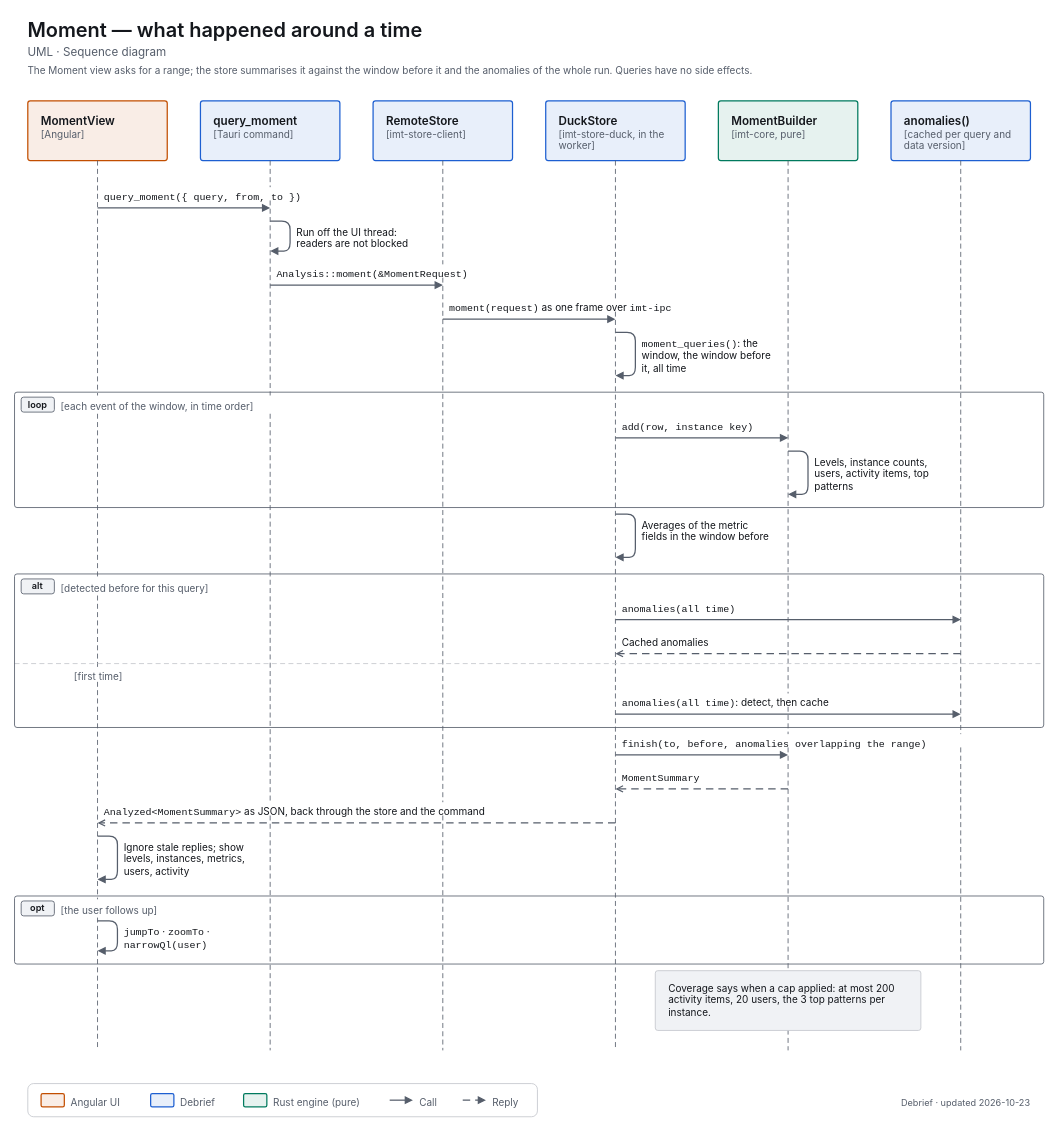
decryp7/integrated_maintenance_tool keeps this draw.io diagram as docs/diagrams/uml-seq-moment.drawio. Above is the earlier version. Source tidied: cells renumbered, new cells numbered last; positions are measured from the earlier drawing's top-left corner, leaving out a move shared by most shapes. Both pictures are drawn from the tidied source at 83%, with x=0, y=0 at pixel (14, 14).
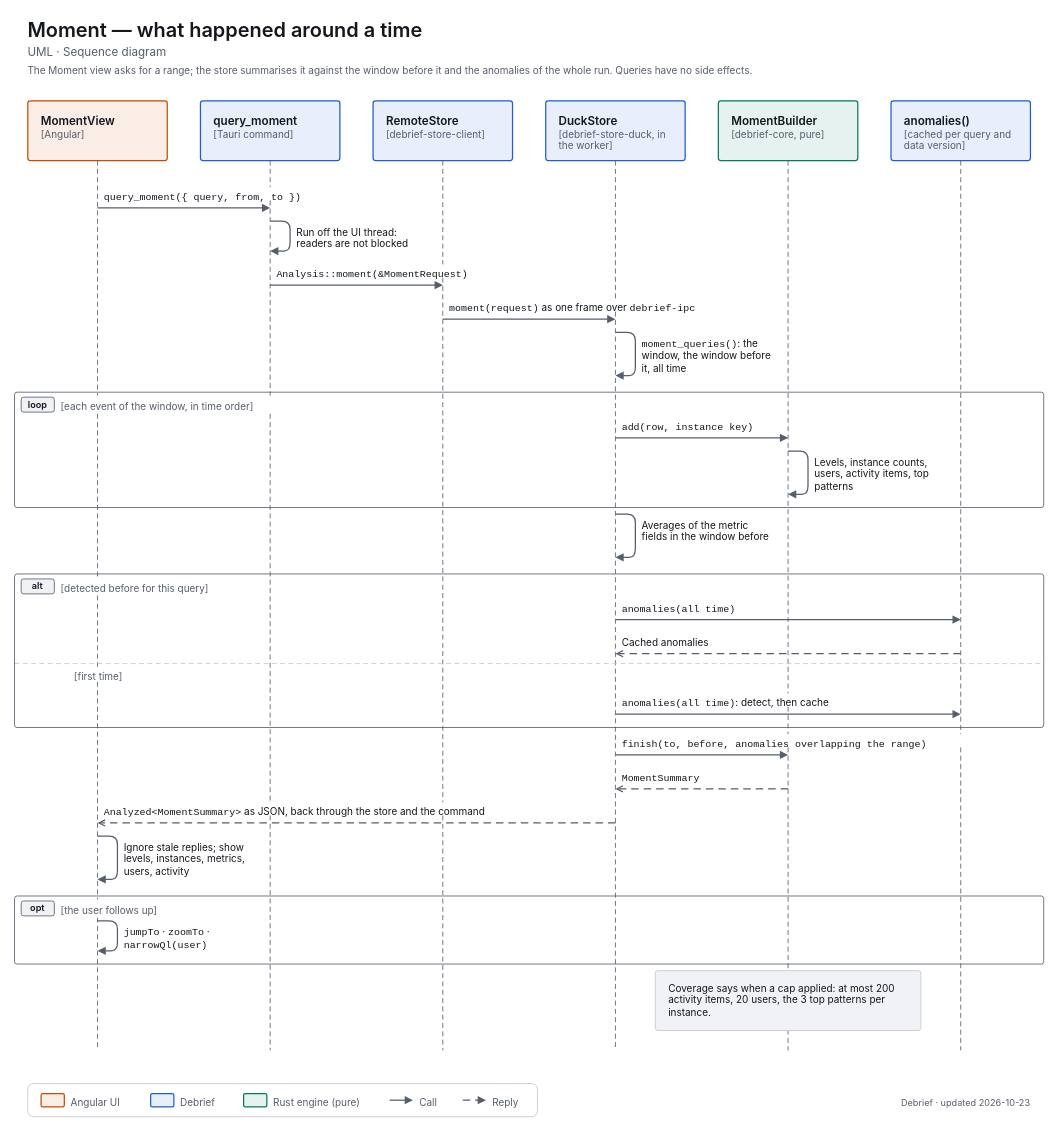
After the change.

Change to the diagram source:
```diff
@@
-    <mxCell id="7" value="&lt;span style=&quot;font-size:14px;font-weight:600&quot;&gt;RemoteStore&lt;/span&gt;&lt;br&gt;&lt;span style=&quot;font-size:12px;color:light-dark(#565E6B,#A0A7B2)&quot;&gt;[imt-store-client]&lt;/span&gt;" style="html=1;whiteSpace=wrap;fontFamily=-apple-system,BlinkMacSystemFont,Segoe UI,system-ui,sans-serif;fontSize=12;fontColor=light-dark(#14171C,#ECEEF1);rounded=1;absoluteArcSize=1;arcSize=6;strokeWidth=1.5;strokeColor=light-dark(#1D5FD1,#5B9BFF);fillColor=light-dark(#E8EFFA,#202C3F);align=left;verticalAlign=top;spacingLeft=14;spacingRight=14;spacingTop=10;spacingBottom=8;" parent="1" vertex="1">
+    <mxCell id="7" value="&lt;span style=&quot;font-size:14px;font-weight:600&quot;&gt;RemoteStore&lt;/span&gt;&lt;br&gt;&lt;span style=&quot;font-size:12px;color:light-dark(#565E6B,#A0A7B2)&quot;&gt;[debrief-store-client]&lt;/span&gt;" style="html=1;whiteSpace=wrap;fontFamily=-apple-system,BlinkMacSystemFont,Segoe UI,system-ui,sans-serif;fontSize=12;fontColor=light-dark(#14171C,#ECEEF1);rounded=1;absoluteArcSize=1;arcSize=6;strokeWidth=1.5;strokeColor=light-dark(#1D5FD1,#5B9BFF);fillColor=light-dark(#E8EFFA,#202C3F);align=left;verticalAlign=top;spacingLeft=14;spacingRight=14;spacingTop=10;spacingBottom=8;" parent="1" vertex="1">
       <mxGeometry x="432" y="104" width="168" height="72" as="geometry" />
     </mxCell>
-    <mxCell id="8" value="&lt;span style=&quot;font-size:14px;font-weight:600&quot;&gt;DuckStore&lt;/span&gt;&lt;br&gt;&lt;span style=&quot;font-size:12px;color:light-dark(#565E6B,#A0A7B2)&quot;&gt;[imt-store-duck, in the worker]&lt;/span&gt;" style="html=1;whiteSpace=wrap;fontFamily=-apple-system,BlinkMacSystemFont,Segoe UI,system-ui,sans-serif;fontSize=12;fontColor=light-dark(#14171C,#ECEEF1);rounded=1;absoluteArcSize=1;arcSize=6;strokeWidth=1.5;strokeColor=light-dark(#1D5FD1,#5B9BFF);fillColor=light-dark(#E8EFFA,#202C3F);align=left;verticalAlign=top;spacingLeft=14;spacingRight=14;spacingTop=10;spacingBottom=8;" parent="1" vertex="1">
+    <mxCell id="8" value="&lt;span style=&quot;font-size:14px;font-weight:600&quot;&gt;DuckStore&lt;/span&gt;&lt;br&gt;&lt;span style=&quot;font-size:12px;color:light-dark(#565E6B,#A0A7B2)&quot;&gt;[debrief-store-duck, in the worker]&lt;/span&gt;" style="html=1;whiteSpace=wrap;fontFamily=-apple-system,BlinkMacSystemFont,Segoe UI,system-ui,sans-serif;fontSize=12;fontColor=light-dark(#14171C,#ECEEF1);rounded=1;absoluteArcSize=1;arcSize=6;strokeWidth=1.5;strokeColor=light-dark(#1D5FD1,#5B9BFF);fillColor=light-dark(#E8EFFA,#202C3F);align=left;verticalAlign=top;spacingLeft=14;spacingRight=14;spacingTop=10;spacingBottom=8;" parent="1" vertex="1">
       <mxGeometry x="640" y="104" width="168" height="72" as="geometry" />
     </mxCell>
-    <mxCell id="9" value="&lt;span style=&quot;font-size:14px;font-weight:600&quot;&gt;MomentBuilder&lt;/span&gt;&lt;br&gt;&lt;span style=&quot;font-size:12px;color:light-dark(#565E6B,#A0A7B2)&quot;&gt;[imt-core, pure]&lt;/span&gt;" style="html=1;whiteSpace=wrap;fontFamily=-apple-system,BlinkMacSystemFont,Segoe UI,system-ui,sans-serif;fontSize=12;fontColor=light-dark(#14171C,#ECEEF1);rounded=1;absoluteArcSize=1;arcSize=6;strokeWidth=1.5;strokeColor=light-dark(#007A5E,#2EC4A0);fillColor=light-dark(#E6F2EF,#193330);align=left;verticalAlign=top;spacingLeft=14;spacingRight=14;spacingTop=10;spacingBottom=8;" parent="1" vertex="1">
+    <mxCell id="9" value="&lt;span style=&quot;font-size:14px;font-weight:600&quot;&gt;MomentBuilder&lt;/span&gt;&lt;br&gt;&lt;span style=&quot;font-size:12px;color:light-dark(#565E6B,#A0A7B2)&quot;&gt;[debrief-core, pure]&lt;/span&gt;" style="html=1;whiteSpace=wrap;fontFamily=-apple-system,BlinkMacSystemFont,Segoe UI,system-ui,sans-serif;fontSize=12;fontColor=light-dark(#14171C,#ECEEF1);rounded=1;absoluteArcSize=1;arcSize=6;strokeWidth=1.5;strokeColor=light-dark(#007A5E,#2EC4A0);fillColor=light-dark(#E6F2EF,#193330);align=left;verticalAlign=top;spacingLeft=14;spacingRight=14;spacingTop=10;spacingBottom=8;" parent="1" vertex="1">
       <mxGeometry x="848" y="104" width="168" height="72" as="geometry" />
     </mxCell>
@@
-    <mxCell id="36" value="&lt;span style=&quot;font-size:12px;font-weight:400&quot;&gt;&lt;span style=&quot;font-family:ui-monospace,SF Mono,Cascadia Mono,Consolas,monospace;white-space:nowrap&quot;&gt;moment(request)&lt;/span&gt; as one frame over &lt;span style=&quot;font-family:ui-monospace,SF Mono,Cascadia Mono,Consolas,monospace;white-space:nowrap&quot;&gt;imt-ipc&lt;/span&gt;&lt;/span&gt;" style="html=1;whiteSpace=wrap;fontFamily=-apple-system,BlinkMacSystemFont,Segoe UI,system-ui,sans-serif;fontSize=12;fontColor=light-dark(#14171C,#ECEEF1);text;strokeColor=none;fillColor=none;align=left;verticalAlign=top;spacing=0;fontColor=light-dark(#14171C,#ECEEF1);" parent="1" vertex="1">
+    <mxCell id="36" value="&lt;span style=&quot;font-size:12px;font-weight:400&quot;&gt;&lt;span style=&quot;font-family:ui-monospace,SF Mono,Cascadia Mono,Consolas,monospace;white-space:nowrap&quot;&gt;moment(request)&lt;/span&gt; as one frame over &lt;span style=&quot;font-family:ui-monospace,SF Mono,Cascadia Mono,Consolas,monospace;white-space:nowrap&quot;&gt;debrief-ipc&lt;/span&gt;&lt;/span&gt;" style="html=1;whiteSpace=wrap;fontFamily=-apple-system,BlinkMacSystemFont,Segoe UI,system-ui,sans-serif;fontSize=12;fontColor=light-dark(#14171C,#ECEEF1);text;strokeColor=none;fillColor=none;align=left;verticalAlign=top;spacing=0;fontColor=light-dark(#14171C,#ECEEF1);" parent="1" vertex="1">
       <mxGeometry x="524" y="342" width="300" height="16" as="geometry" />
     </mxCell>
```
